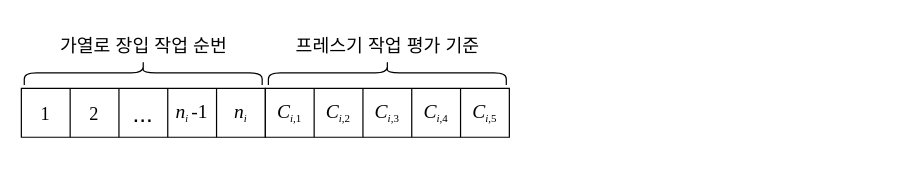
Above: 새새새새샛새새해.drawio in seheeP/statistic (draw.io), before the change. Source tidied: cells renumbered, new cells numbered last; positions are measured from the earlier drawing's top-left corner, leaving out a move shared by most shapes. Both pictures are drawn from the tidied source at 122%, with x=0, y=0 at pixel (21, -46).
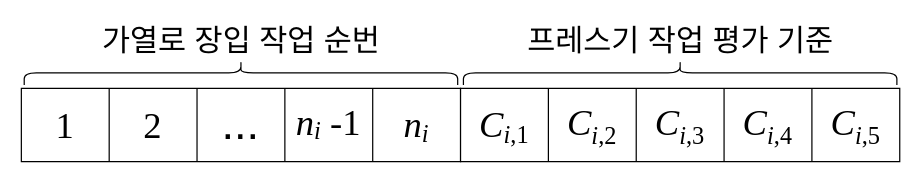
Above is the later version.

Commit message (it also covers changes not shown here):
Update 새새새새샛새새해.drawio

Diff of the diagram source:
```diff
@@
 <mxGraphModel>
   <root>
     <mxCell id="0" />
     <mxCell id="1" parent="0" />
-    <mxCell id="2" style="shape=table;html=1;whiteSpace=wrap;startSize=0;childLayout=tableLayout;rounded=1;sketch=0;fontSize=16;" parent="1" vertex="1">
-      <mxGeometry y="110" width="200" height="40" as="geometry" />
+    <mxCell id="2" style="shape=table;html=1;whiteSpace=wrap;startSize=0;childLayout=tableLayout;rounded=1;sketch=0;fontSize=16;strokeWidth=1;" parent="1" vertex="1">
+      <mxGeometry y="110" width="360" height="60" as="geometry" />
     </mxCell>
     <mxCell id="3" style="shape=partialRectangle;html=1;whiteSpace=wrap;fillColor=none;top=0;left=0;bottom=0;right=0;" parent="2" vertex="1">
-      <mxGeometry width="200" height="40" as="geometry" />
+      <mxGeometry width="360" height="60" as="geometry" />
     </mxCell>
-    <mxCell id="4" value="&lt;font style=&quot;font-size: 15px&quot; face=&quot;Times New Roman&quot;&gt;1&lt;/font&gt;" style="shape=partialRectangle;html=1;whiteSpace=wrap;fillColor=none;top=0;left=0;bottom=0;right=0;overflow=hidden;" parent="3" vertex="1">
-      <mxGeometry width="40" height="40" as="geometry" />
+    <mxCell id="4" value="&lt;font style=&quot;font-size: 30px&quot; face=&quot;Times New Roman&quot;&gt;1&lt;/font&gt;" style="shape=partialRectangle;html=1;whiteSpace=wrap;fillColor=none;top=0;left=0;bottom=0;right=0;overflow=hidden;" parent="3" vertex="1">
+      <mxGeometry width="72" height="60" as="geometry" />
     </mxCell>
-    <mxCell id="5" value="&lt;font size=&quot;1&quot; face=&quot;Times New Roman&quot;&gt;&lt;span style=&quot;font-weight: normal ; font-size: 15px&quot;&gt;2&lt;/span&gt;&lt;/font&gt;" style="shape=partialRectangle;html=1;whiteSpace=wrap;fillColor=none;top=0;left=0;bottom=0;right=0;overflow=hidden;fontStyle=1;" parent="3" vertex="1">
-      <mxGeometry x="40" width="40" height="40" as="geometry" />
+    <mxCell id="5" value="&lt;font size=&quot;1&quot; face=&quot;Times New Roman&quot;&gt;&lt;span style=&quot;font-weight: normal ; font-size: 30px&quot;&gt;2&lt;/span&gt;&lt;/font&gt;" style="shape=partialRectangle;html=1;whiteSpace=wrap;fillColor=none;top=0;left=0;bottom=0;right=0;overflow=hidden;fontStyle=1;" parent="3" vertex="1">
+      <mxGeometry x="72" width="72" height="60" as="geometry" />
     </mxCell>
-    <mxCell id="6" value="&lt;font style=&quot;font-size: 20px&quot;&gt;...&lt;/font&gt;" style="shape=partialRectangle;html=1;whiteSpace=wrap;fillColor=none;top=0;left=0;bottom=0;right=0;overflow=hidden;" parent="3" vertex="1">
-      <mxGeometry x="80" width="40" height="40" as="geometry" />
+    <mxCell id="6" value="&lt;font style=&quot;font-size: 37px&quot;&gt;...&lt;/font&gt;" style="shape=partialRectangle;html=1;whiteSpace=wrap;fillColor=none;top=0;left=0;bottom=0;right=0;overflow=hidden;" parent="3" vertex="1">
+      <mxGeometry x="144" width="72" height="60" as="geometry" />
     </mxCell>
-    <mxCell id="7" value="&lt;font face=&quot;Times New Roman&quot;&gt;&lt;span style=&quot;font-style: italic ; font-size: 16px&quot;&gt;n&lt;/span&gt;&lt;span style=&quot;font-style: italic&quot;&gt;&lt;font size=&quot;1&quot;&gt;&lt;sub&gt;i&lt;/sub&gt;&lt;/font&gt;&lt;/span&gt;&lt;sub&gt;&amp;nbsp;&lt;/sub&gt;&lt;span style=&quot;font-size: 16px&quot;&gt;-1&lt;/span&gt;&lt;/font&gt;" style="shape=partialRectangle;html=1;whiteSpace=wrap;fillColor=none;top=0;left=0;bottom=0;right=0;overflow=hidden;" parent="3" vertex="1">
-      <mxGeometry x="120" width="40" height="40" as="geometry" />
+    <mxCell id="7" value="&lt;font face=&quot;Times New Roman&quot;&gt;&lt;span style=&quot;font-size: 30px ; font-style: italic&quot;&gt;n&lt;/span&gt;&lt;span style=&quot;font-style: italic&quot;&gt;&lt;sub&gt;&lt;font style=&quot;font-size: 20px&quot;&gt;i&lt;/font&gt;&lt;/sub&gt;&lt;/span&gt;&lt;sub style=&quot;font-size: 30px&quot;&gt;&amp;nbsp;&lt;/sub&gt;&lt;span style=&quot;font-size: 30px&quot;&gt;-1&lt;/span&gt;&lt;/font&gt;" style="shape=partialRectangle;html=1;whiteSpace=wrap;fillColor=none;top=0;left=0;bottom=0;right=0;overflow=hidden;" parent="3" vertex="1">
+      <mxGeometry x="216" width="72" height="60" as="geometry" />
     </mxCell>
-    <mxCell id="8" value="&lt;font face=&quot;Times New Roman&quot;&gt;&lt;i style=&quot;font-size: 16px&quot;&gt;n&lt;/i&gt;&lt;sub&gt;&lt;font style=&quot;font-size: 9px&quot;&gt;&lt;i&gt;i&lt;/i&gt;&lt;/font&gt;&lt;/sub&gt;&lt;/font&gt;" style="shape=partialRectangle;html=1;whiteSpace=wrap;fillColor=none;top=0;left=0;bottom=0;right=0;overflow=hidden;" parent="3" vertex="1">
-      <mxGeometry x="160" width="40" height="40" as="geometry" />
+    <mxCell id="8" value="&lt;font face=&quot;Times New Roman&quot;&gt;&lt;i style=&quot;font-size: 30px&quot;&gt;n&lt;/i&gt;&lt;sub&gt;&lt;font size=&quot;1&quot;&gt;&lt;i style=&quot;font-size: 20px&quot;&gt;i&lt;/i&gt;&lt;/font&gt;&lt;/sub&gt;&lt;/font&gt;" style="shape=partialRectangle;html=1;whiteSpace=wrap;fillColor=none;top=0;left=0;bottom=0;right=0;overflow=hidden;" parent="3" vertex="1">
+      <mxGeometry x="288" width="72" height="60" as="geometry" />
     </mxCell>
-    <mxCell id="9" style="shape=curlyBracket;whiteSpace=wrap;html=1;rounded=1;flipH=1;fontFamily=Times New Roman;fontSize=16;rotation=-90;" parent="1" vertex="1">
-      <mxGeometry x="290" y="-0.3" width="20" height="195" as="geometry" />
-    </mxCell>
-    <mxCell id="10" value="&lt;font&gt;&lt;font style=&quot;background-color: rgb(255 , 255 , 255) ; font-size: 15px&quot;&gt;가열로 장입 작업 순번&lt;/font&gt;&lt;br&gt;&lt;/font&gt;" style="text;html=1;align=center;verticalAlign=middle;strokeColor=none;fillColor=none;fontSize=15;" parent="1" vertex="1">
-      <mxGeometry x="19.9" y="65" width="160" height="20" as="geometry" />
+    <mxCell id="10" value="&lt;font&gt;&lt;font style=&quot;background-color: rgb(255 , 255 , 255) ; font-size: 25px&quot;&gt;가열로 장입 작업 순번&lt;/font&gt;&lt;br&gt;&lt;/font&gt;" style="text;html=1;align=center;verticalAlign=middle;strokeColor=none;fillColor=none;fontSize=15;" parent="1" vertex="1">
+      <mxGeometry x="50" y="55" width="260" height="30" as="geometry" />
     </mxCell>
-    <mxCell id="11" value="&lt;font&gt;&lt;font style=&quot;background-color: rgb(255 , 255 , 255) ; font-size: 15px&quot;&gt;프레스기 작업 평가 기준&lt;/font&gt;&lt;br&gt;&lt;/font&gt;" style="text;html=1;align=center;verticalAlign=middle;strokeColor=none;fillColor=none;fontSize=15;" parent="1" vertex="1">
-      <mxGeometry x="210" y="65" width="180" height="20" as="geometry" />
+    <mxCell id="11" value="&lt;font&gt;&lt;font style=&quot;background-color: rgb(255 , 255 , 255) ; font-size: 25px&quot;&gt;프레스기 작업 평가 기준&lt;/font&gt;&lt;br&gt;&lt;/font&gt;" style="text;html=1;align=center;verticalAlign=middle;strokeColor=none;fillColor=none;fontSize=15;" parent="1" vertex="1">
+      <mxGeometry x="395" y="55" width="290" height="30" as="geometry" />
     </mxCell>
-    <mxCell id="12" style="shape=table;html=1;whiteSpace=wrap;startSize=0;childLayout=tableLayout;rounded=1;sketch=0;fontSize=16;" parent="1" vertex="1">
-      <mxGeometry x="200" y="110" width="200" height="40" as="geometry" />
+    <mxCell id="12" style="shape=table;html=1;whiteSpace=wrap;startSize=0;childLayout=tableLayout;rounded=1;sketch=0;fontSize=16;strokeWidth=1;" parent="1" vertex="1">
+      <mxGeometry x="360" y="110" width="360" height="60" as="geometry" />
     </mxCell>
     <mxCell id="13" style="shape=partialRectangle;html=1;whiteSpace=wrap;fillColor=none;top=0;left=0;bottom=0;right=0;fontFamily=Times New Roman;" parent="12" vertex="1">
-      <mxGeometry width="200" height="40" as="geometry" />
+      <mxGeometry width="360" height="60" as="geometry" />
     </mxCell>
-    <mxCell id="14" value="&lt;font face=&quot;Times New Roman&quot;&gt;&lt;i style=&quot;font-size: 16px&quot;&gt;C&lt;/i&gt;&lt;sub&gt;&lt;font style=&quot;font-size: 9px&quot;&gt;&lt;i&gt;i&lt;/i&gt;&lt;/font&gt;&lt;/sub&gt;&lt;sub&gt;&lt;font style=&quot;font-size: 9px&quot;&gt;,1&lt;/font&gt;&lt;/sub&gt;&lt;/font&gt;" style="shape=partialRectangle;html=1;whiteSpace=wrap;fillColor=none;top=0;left=0;bottom=0;right=0;overflow=hidden;" parent="13" vertex="1">
-      <mxGeometry width="40" height="40" as="geometry" />
+    <mxCell id="14" value="&lt;font face=&quot;Times New Roman&quot; style=&quot;font-size: 20px&quot;&gt;&lt;i&gt;&lt;font style=&quot;font-size: 30px&quot;&gt;C&lt;/font&gt;&lt;/i&gt;&lt;sub&gt;&lt;font style=&quot;font-size: 20px&quot;&gt;&lt;i&gt;i&lt;/i&gt;&lt;/font&gt;&lt;/sub&gt;&lt;sub&gt;&lt;font style=&quot;font-size: 20px&quot;&gt;,1&lt;/font&gt;&lt;/sub&gt;&lt;/font&gt;" style="shape=partialRectangle;html=1;whiteSpace=wrap;fillColor=none;top=0;left=0;bottom=0;right=0;overflow=hidden;" parent="13" vertex="1">
+      <mxGeometry width="72" height="60" as="geometry" />
     </mxCell>
-    <mxCell id="15" value="&lt;i style=&quot;font-family: &amp;#34;times new roman&amp;#34; ; font-weight: 400 ; font-size: 16px&quot;&gt;C&lt;/i&gt;&lt;sub style=&quot;font-family: &amp;#34;times new roman&amp;#34; ; font-weight: 400&quot;&gt;&lt;font style=&quot;font-size: 9px&quot;&gt;&lt;i&gt;i&lt;/i&gt;,2&lt;/font&gt;&lt;/sub&gt;" style="shape=partialRectangle;html=1;whiteSpace=wrap;fillColor=none;top=0;left=0;bottom=0;right=0;overflow=hidden;fontStyle=1;" parent="13" vertex="1">
-      <mxGeometry x="40" width="40" height="40" as="geometry" />
+    <mxCell id="15" value="&lt;font style=&quot;font-size: 30px&quot;&gt;&lt;i style=&quot;font-family: &amp;#34;times new roman&amp;#34; ; font-weight: 400&quot;&gt;C&lt;/i&gt;&lt;sub style=&quot;font-family: &amp;#34;times new roman&amp;#34; ; font-weight: 400 ; font-size: 20px&quot;&gt;&lt;font style=&quot;font-size: 20px&quot;&gt;&lt;i&gt;i&lt;/i&gt;,2&lt;/font&gt;&lt;/sub&gt;&lt;/font&gt;" style="shape=partialRectangle;html=1;whiteSpace=wrap;fillColor=none;top=0;left=0;bottom=0;right=0;overflow=hidden;fontStyle=1;" parent="13" vertex="1">
+      <mxGeometry x="72" width="72" height="60" as="geometry" />
     </mxCell>
-    <mxCell id="16" value="&lt;i style=&quot;font-family: &amp;#34;times new roman&amp;#34; ; font-size: 16px&quot;&gt;C&lt;/i&gt;&lt;sub style=&quot;font-family: &amp;#34;times new roman&amp;#34;&quot;&gt;&lt;font style=&quot;font-size: 9px&quot;&gt;&lt;i&gt;i&lt;/i&gt;,3&lt;/font&gt;&lt;/sub&gt;" style="shape=partialRectangle;html=1;whiteSpace=wrap;fillColor=none;top=0;left=0;bottom=0;right=0;overflow=hidden;" parent="13" vertex="1">
-      <mxGeometry x="80" width="40" height="40" as="geometry" />
+    <mxCell id="16" value="&lt;font style=&quot;font-size: 30px&quot;&gt;&lt;i style=&quot;font-family: &amp;#34;times new roman&amp;#34;&quot;&gt;C&lt;/i&gt;&lt;sub style=&quot;font-family: &amp;#34;times new roman&amp;#34; ; font-size: 20px&quot;&gt;&lt;font style=&quot;font-size: 20px&quot;&gt;&lt;i&gt;i&lt;/i&gt;,3&lt;/font&gt;&lt;/sub&gt;&lt;/font&gt;" style="shape=partialRectangle;html=1;whiteSpace=wrap;fillColor=none;top=0;left=0;bottom=0;right=0;overflow=hidden;" parent="13" vertex="1">
+      <mxGeometry x="144" width="72" height="60" as="geometry" />
     </mxCell>
-    <mxCell id="17" value="&lt;i style=&quot;font-family: &amp;#34;times new roman&amp;#34; ; font-size: 16px&quot;&gt;C&lt;/i&gt;&lt;sub style=&quot;font-family: &amp;#34;times new roman&amp;#34;&quot;&gt;&lt;font style=&quot;font-size: 9px&quot;&gt;&lt;i&gt;i&lt;/i&gt;,4&lt;/font&gt;&lt;/sub&gt;" style="shape=partialRectangle;html=1;whiteSpace=wrap;fillColor=none;top=0;left=0;bottom=0;right=0;overflow=hidden;" parent="13" vertex="1">
-      <mxGeometry x="120" width="40" height="40" as="geometry" />
+    <mxCell id="17" value="&lt;font style=&quot;font-size: 30px&quot;&gt;&lt;i style=&quot;font-family: &amp;#34;times new roman&amp;#34;&quot;&gt;C&lt;/i&gt;&lt;sub style=&quot;font-family: &amp;#34;times new roman&amp;#34; ; font-size: 20px&quot;&gt;&lt;font style=&quot;font-size: 20px&quot;&gt;&lt;i&gt;i&lt;/i&gt;,4&lt;/font&gt;&lt;/sub&gt;&lt;/font&gt;" style="shape=partialRectangle;html=1;whiteSpace=wrap;fillColor=none;top=0;left=0;bottom=0;right=0;overflow=hidden;" parent="13" vertex="1">
+      <mxGeometry x="216" width="72" height="60" as="geometry" />
     </mxCell>
-    <mxCell id="18" value="&lt;i style=&quot;font-family: &amp;#34;times new roman&amp;#34; ; font-size: 16px&quot;&gt;C&lt;/i&gt;&lt;sub style=&quot;font-family: &amp;#34;times new roman&amp;#34;&quot;&gt;&lt;font style=&quot;font-size: 9px&quot;&gt;&lt;i&gt;i&lt;/i&gt;,5&lt;/font&gt;&lt;/sub&gt;" style="shape=partialRectangle;html=1;whiteSpace=wrap;fillColor=none;top=0;left=0;bottom=0;right=0;overflow=hidden;" parent="13" vertex="1">
-      <mxGeometry x="160" width="40" height="40" as="geometry" />
+    <mxCell id="18" value="&lt;font style=&quot;font-size: 30px&quot;&gt;&lt;i style=&quot;font-family: &amp;#34;times new roman&amp;#34;&quot;&gt;C&lt;/i&gt;&lt;sub style=&quot;font-family: &amp;#34;times new roman&amp;#34; ; font-size: 20px&quot;&gt;&lt;font style=&quot;font-size: 20px&quot;&gt;&lt;i&gt;i&lt;/i&gt;,5&lt;/font&gt;&lt;/sub&gt;&lt;/font&gt;" style="shape=partialRectangle;html=1;whiteSpace=wrap;fillColor=none;top=0;left=0;bottom=0;right=0;overflow=hidden;" parent="13" vertex="1">
+      <mxGeometry x="288" width="72" height="60" as="geometry" />
     </mxCell>
-    <mxCell id="19" style="shape=curlyBracket;whiteSpace=wrap;html=1;rounded=1;flipH=1;fontFamily=Times New Roman;fontSize=16;rotation=-90;" parent="1" vertex="1">
-      <mxGeometry x="89.9" y="-0.3" width="20" height="195" as="geometry" />
+    <mxCell id="19" style="shape=curlyBracket;whiteSpace=wrap;html=1;rounded=1;flipH=1;fontFamily=Times New Roman;fontSize=16;rotation=-90;strokeWidth=1;" parent="1" vertex="1">
+      <mxGeometry x="170" y="-80.5" width="20" height="355.3" as="geometry" />
     </mxCell>
+    <mxCell id="20" style="shape=curlyBracket;whiteSpace=wrap;html=1;rounded=1;flipH=1;fontFamily=Times New Roman;fontSize=16;rotation=-90;strokeWidth=1;" parent="1" vertex="1">
+      <mxGeometry x="530" y="-80.5" width="20" height="355.3" as="geometry" />
+    </mxCell>
   </root>
 </mxGraphModel>
```
